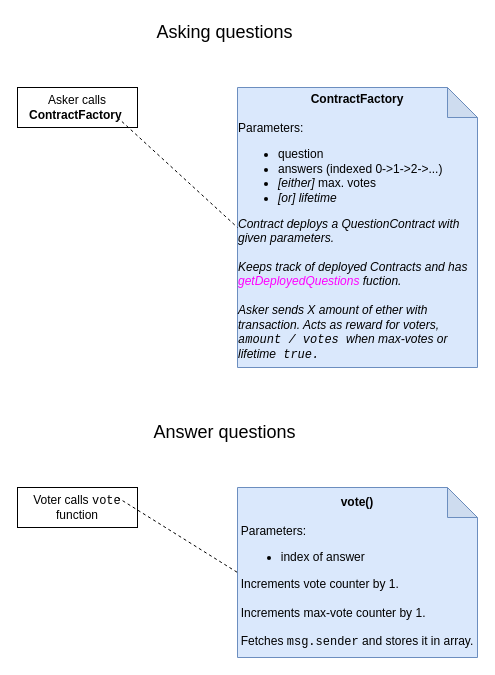
The draw.io diagram plan/UselessQuestions.drawio in Christofon/UselessQuestions, before the edit. Source tidied: cells renumbered, new cells numbered last; positions are measured from the earlier drawing's top-left corner, leaving out a move shared by most shapes. Both pictures are drawn from the tidied source at 100%, with x=0, y=0 at pixel (17, 17).
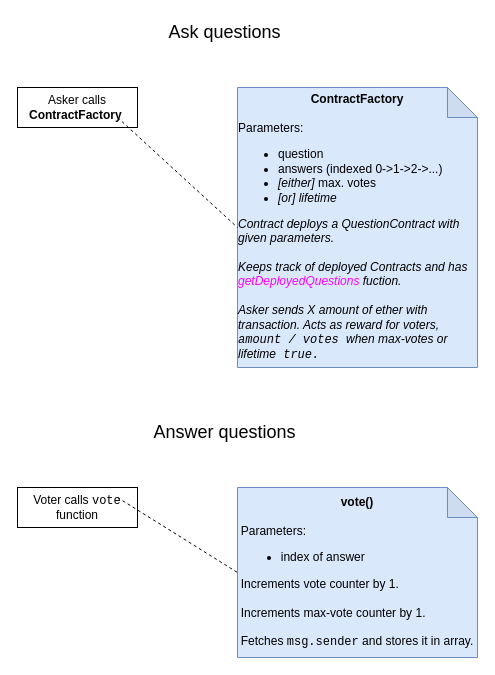
The same page after the edit.

What changed in the source:
```diff
@@
 <mxGraphModel>
   <root>
     <mxCell id="0" />
     <mxCell id="1" parent="0" />
     <mxCell id="2" value="Asker calls &lt;b&gt;ContractFactory&lt;/b&gt;&amp;nbsp;" style="rounded=0;whiteSpace=wrap;html=1;" parent="1" vertex="1">
       <mxGeometry y="70" width="120" height="40" as="geometry" />
     </mxCell>
-    <mxCell id="3" value="&lt;font style=&quot;font-size: 18px&quot;&gt;Asking questions&lt;/font&gt;" style="text;html=1;strokeColor=none;fillColor=none;align=center;verticalAlign=middle;whiteSpace=wrap;rounded=0;" parent="1" vertex="1">
+    <mxCell id="3" value="&lt;font style=&quot;font-size: 18px&quot;&gt;Ask questions&lt;/font&gt;" style="text;html=1;strokeColor=none;fillColor=none;align=center;verticalAlign=middle;whiteSpace=wrap;rounded=0;" parent="1" vertex="1">
       <mxGeometry x="25" width="365" height="30" as="geometry" />
     </mxCell>
     <mxCell id="4" value="&lt;b&gt;ContractFactory&lt;/b&gt;&lt;br&gt;&lt;br&gt;&lt;div style=&quot;text-align: left&quot;&gt;&lt;span&gt;Parameters:&lt;/span&gt;&lt;/div&gt;&lt;ul&gt;&lt;li style=&quot;text-align: left&quot;&gt;question&lt;/li&gt;&lt;li style=&quot;text-align: left&quot;&gt;answers (indexed 0-&amp;gt;1-&amp;gt;2-&amp;gt;...)&lt;/li&gt;&lt;li style=&quot;text-align: left&quot;&gt;&lt;i&gt;[either]&lt;/i&gt;&amp;nbsp;max. votes&lt;/li&gt;&lt;li style=&quot;text-align: left&quot;&gt;&lt;i&gt;[or] lifetime&lt;/i&gt;&lt;br&gt;&lt;/li&gt;&lt;/ul&gt;&lt;div style=&quot;text-align: left&quot;&gt;&lt;i&gt;Contract deploys a QuestionContract with given parameters.&lt;/i&gt;&lt;/div&gt;&lt;div style=&quot;text-align: left&quot;&gt;&lt;i&gt;&lt;br&gt;&lt;/i&gt;&lt;/div&gt;&lt;div style=&quot;text-align: left&quot;&gt;&lt;i&gt;Keeps track of deployed Contracts and has &lt;font color=&quot;#ff00ff&quot;&gt;getDeployedQuestions&amp;nbsp;&lt;/font&gt;fuction.&lt;/i&gt;&lt;/div&gt;&lt;div style=&quot;text-align: left&quot;&gt;&lt;i&gt;&lt;br&gt;&lt;/i&gt;&lt;/div&gt;&lt;div style=&quot;text-align: left&quot;&gt;&lt;i&gt;Asker sends X amount of ether with transaction. Acts as reward for voters, &lt;font face=&quot;Courier New&quot;&gt;amount / votes &lt;/font&gt;when max-votes or lifetime&lt;font face=&quot;Courier New&quot;&gt; true.&lt;/font&gt;&lt;/i&gt;&lt;/div&gt;" style="shape=note;whiteSpace=wrap;html=1;backgroundOutline=1;darkOpacity=0.05;align=center;fillColor=#dae8fc;strokeColor=#6c8ebf;" parent="1" vertex="1">
       <mxGeometry x="220" y="70" width="240" height="280" as="geometry" />
     </mxCell>
     <mxCell id="5" style="endArrow=none;dashed=1;html=1;entryX=0;entryY=0.5;entryDx=0;entryDy=0;entryPerimeter=0;" parent="1" edge="1" target="4">
       <mxGeometry relative="1" as="geometry">
         <mxPoint x="100" y="100" as="sourcePoint" />
       </mxGeometry>
     </mxCell>
     <mxCell id="6" value="&lt;font style=&quot;font-size: 18px&quot;&gt;Answer questions&lt;/font&gt;" style="text;html=1;strokeColor=none;fillColor=none;align=center;verticalAlign=middle;whiteSpace=wrap;rounded=0;" parent="1" vertex="1">
       <mxGeometry x="25" y="400" width="365" height="30" as="geometry" />
     </mxCell>
     <mxCell id="7" value="Voter calls &lt;font face=&quot;Courier New&quot;&gt;vote &lt;/font&gt;function" style="rounded=0;whiteSpace=wrap;html=1;" parent="1" vertex="1">
       <mxGeometry y="470" width="120" height="40" as="geometry" />
     </mxCell>
     <mxCell id="8" value="&lt;b&gt;vote()&lt;/b&gt;&lt;br&gt;&lt;div style=&quot;text-align: justify&quot;&gt;&lt;br&gt;&lt;/div&gt;&lt;div style=&quot;text-align: left&quot;&gt;Parameters:&lt;/div&gt;&lt;div style=&quot;text-align: left&quot;&gt;&lt;ul&gt;&lt;li&gt;index of answer&lt;/li&gt;&lt;/ul&gt;&lt;div&gt;Increments vote counter by 1.&lt;/div&gt;&lt;div&gt;&lt;br&gt;&lt;/div&gt;&lt;div&gt;Increments max-vote counter by 1.&lt;/div&gt;&lt;div&gt;&lt;br&gt;&lt;/div&gt;&lt;div&gt;Fetches &lt;font face=&quot;Courier New&quot;&gt;msg.sender&lt;/font&gt; and stores it in array.&lt;/div&gt;&lt;/div&gt;" style="shape=note;whiteSpace=wrap;html=1;backgroundOutline=1;darkOpacity=0.05;align=center;fillColor=#dae8fc;strokeColor=#6c8ebf;" parent="1" vertex="1">
       <mxGeometry x="220" y="470" width="240" height="170" as="geometry" />
     </mxCell>
     <mxCell id="9" style="endArrow=none;dashed=1;html=1;entryX=0;entryY=0.5;entryDx=0;entryDy=0;entryPerimeter=0;" parent="1" edge="1" target="8">
       <mxGeometry relative="1" as="geometry">
         <mxPoint x="100" y="480" as="sourcePoint" />
       </mxGeometry>
     </mxCell>
   </root>
 </mxGraphModel>
```
